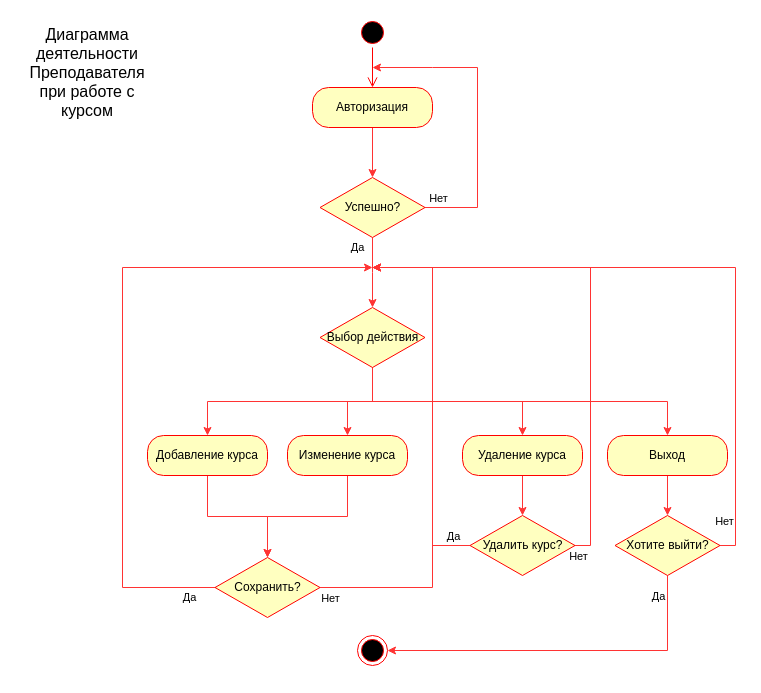
Above: page "Activity Teacher - Course" (11 of 14) of UML.drawio in FaridunSalimzoda/myvkr (draw.io), before the change. Source tidied: cells renumbered, new cells numbered last; positions are measured from the earlier drawing's top-left corner, leaving out a move shared by most shapes. Both pictures are drawn from the tidied source at 100%, with x=0, y=0 at pixel (17, 17).
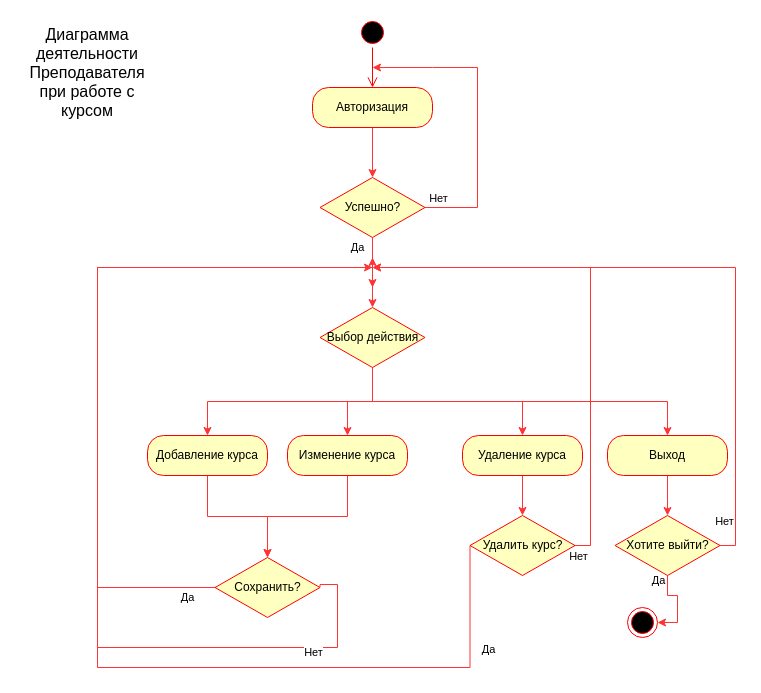
Above is the later version.

The change refers to these unchanged cells:
```xml
<mxCell id="22" value="Сохранить?" style="rhombus;whiteSpace=wrap;html=1;fillColor=#ffffc0;strokeColor=#ff0000;" parent="1" vertex="1">
  <mxGeometry x="197.5" y="540" width="105" height="60" as="geometry" />
</mxCell>
<mxCell id="27" value="Удалить курс?" style="rhombus;whiteSpace=wrap;html=1;fillColor=#ffffc0;strokeColor=#ff0000;" parent="1" vertex="1">
  <mxGeometry x="452.5" y="498" width="105" height="60" as="geometry" />
</mxCell>
```

Diff of the diagram source:
```diff
@@
     <mxCell id="19" value="Да" style="edgeStyle=orthogonalEdgeStyle;rounded=0;orthogonalLoop=1;jettySize=auto;html=1;exitX=0;exitY=0.5;exitDx=0;exitDy=0;strokeColor=#FF3333;" parent="1" edge="1">
       <mxGeometry x="-0.92" y="10" relative="1" as="geometry">
         <mxPoint x="198.5" y="570" as="sourcePoint" />
-        <mxPoint x="355" y="250" as="targetPoint" />
+        <mxPoint x="355" y="270" as="targetPoint" />
         <Array as="points">
-          <mxPoint x="105" y="570" />
-          <mxPoint x="105" y="250" />
+          <mxPoint x="80" y="570" />
+          <mxPoint x="80" y="250" />
+          <mxPoint x="355" y="250" />
         </Array>
       </mxGeometry>
     </mxCell>
-    <mxCell id="20" style="edgeStyle=orthogonalEdgeStyle;rounded=0;orthogonalLoop=1;jettySize=auto;html=1;exitX=1;exitY=0.5;exitDx=0;exitDy=0;strokeColor=#FF3333;" parent="1" edge="1">
+    <mxCell id="20" style="edgeStyle=orthogonalEdgeStyle;rounded=0;jettySize=auto;html=1;strokeColor=#FF3333;exitX=1;exitY=0.5;exitDx=0;exitDy=0;" parent="1" edge="1" source="22">
       <mxGeometry relative="1" as="geometry">
-        <mxPoint x="297.5" y="570" as="sourcePoint" />
         <mxPoint x="355" y="250" as="targetPoint" />
         <Array as="points">
-          <mxPoint x="415" y="570" />
-          <mxPoint x="415" y="250" />
+          <mxPoint x="303" y="567" />
+          <mxPoint x="320" y="567" />
+          <mxPoint x="320" y="630" />
+          <mxPoint x="80" y="630" />
+          <mxPoint x="80" y="250" />
         </Array>
       </mxGeometry>
     </mxCell>
@@
     <mxCell id="23" style="edgeStyle=orthogonalEdgeStyle;rounded=0;jettySize=auto;html=1;exitX=0;exitY=0.5;exitDx=0;exitDy=0;strokeColor=#FF3333;" parent="1" edge="1" source="27">
       <mxGeometry relative="1" as="geometry">
-        <mxPoint x="355" y="250" as="targetPoint" />
+        <mxPoint x="355" y="240" as="targetPoint" />
         <Array as="points">
-          <mxPoint x="415" y="528" />
-          <mxPoint x="415" y="250" />
+          <mxPoint x="453" y="650" />
+          <mxPoint x="80" y="650" />
+          <mxPoint x="80" y="250" />
+          <mxPoint x="355" y="250" />
         </Array>
       </mxGeometry>
     </mxCell>
@@
     <mxCell id="28" style="ellipse;html=1;shape=endState;fillColor=#000000;strokeColor=#ff0000;" parent="1" vertex="1">
-      <mxGeometry x="340" y="618" width="30" height="30" as="geometry" />
+      <mxGeometry x="610" y="590" width="30" height="30" as="geometry" />
     </mxCell>
```
